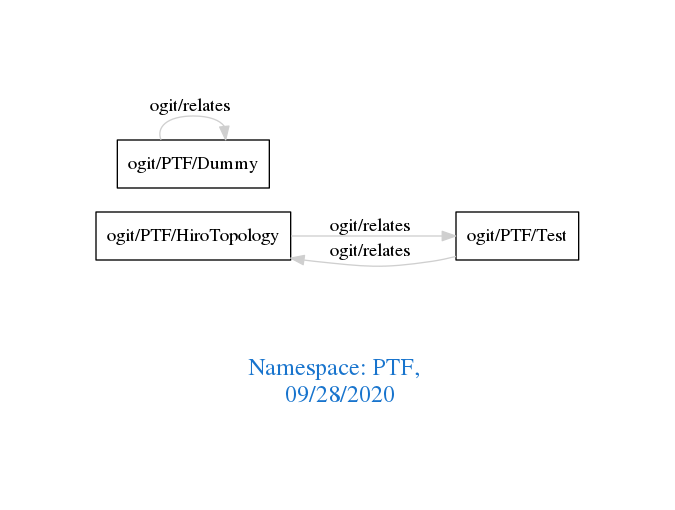
Above: downloads/PTF.png in arago/OGIT (Graphviz), before the change. Its source is kept beside it as downloads/PTF.dot.
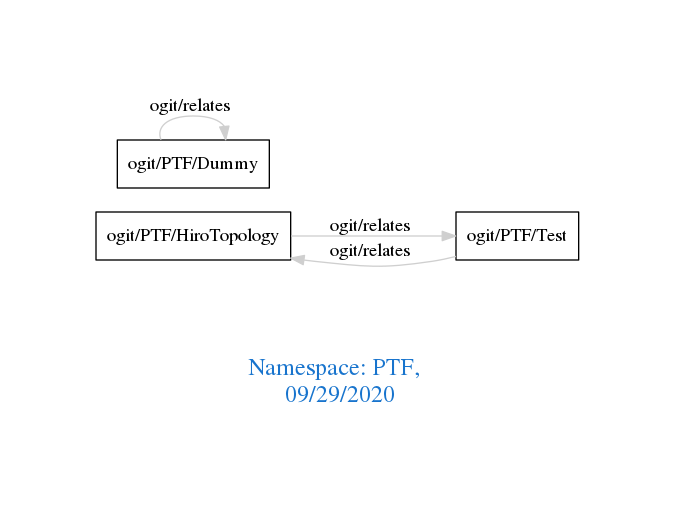
After the change.

The edit, as a diff of the source:
```diff
@@ -1,7 +1,7 @@
 digraph OGIT_ontology {
  graph [ rankdir= LR,pad=1
 fontsize = 18,
-fontcolor= dodgerblue3,label = "\n\n\nNamespace: PTF, \n 09/28/2020"];
+fontcolor= dodgerblue3,label = "\n\n\nNamespace: PTF, \n 09/29/2020"];
 node[shape=polygon];
 edge [  color="gray81"];
 
```
